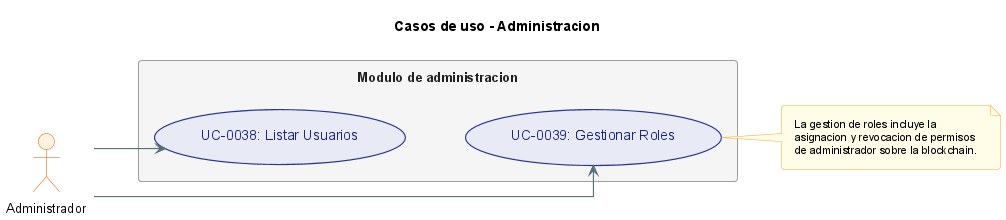
Above: anexos/diagramas/uc_administracion.png in ErDeivih/DocumentChain (PlantUML), before the change.
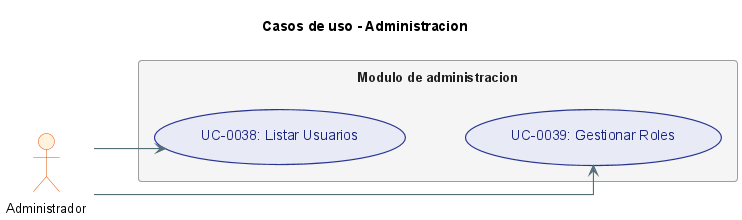
The same diagram one commit later.

Diff of the diagram source:
```diff
@@ -14,10 +14,4 @@
 
 ADMIN --> UC38
 ADMIN --> UC39
-
-note right of UC39
-  La gestion de roles incluye la
-  asignacion y revocacion de permisos
-  de administrador sobre la blockchain.
-end note
 @enduml
```
